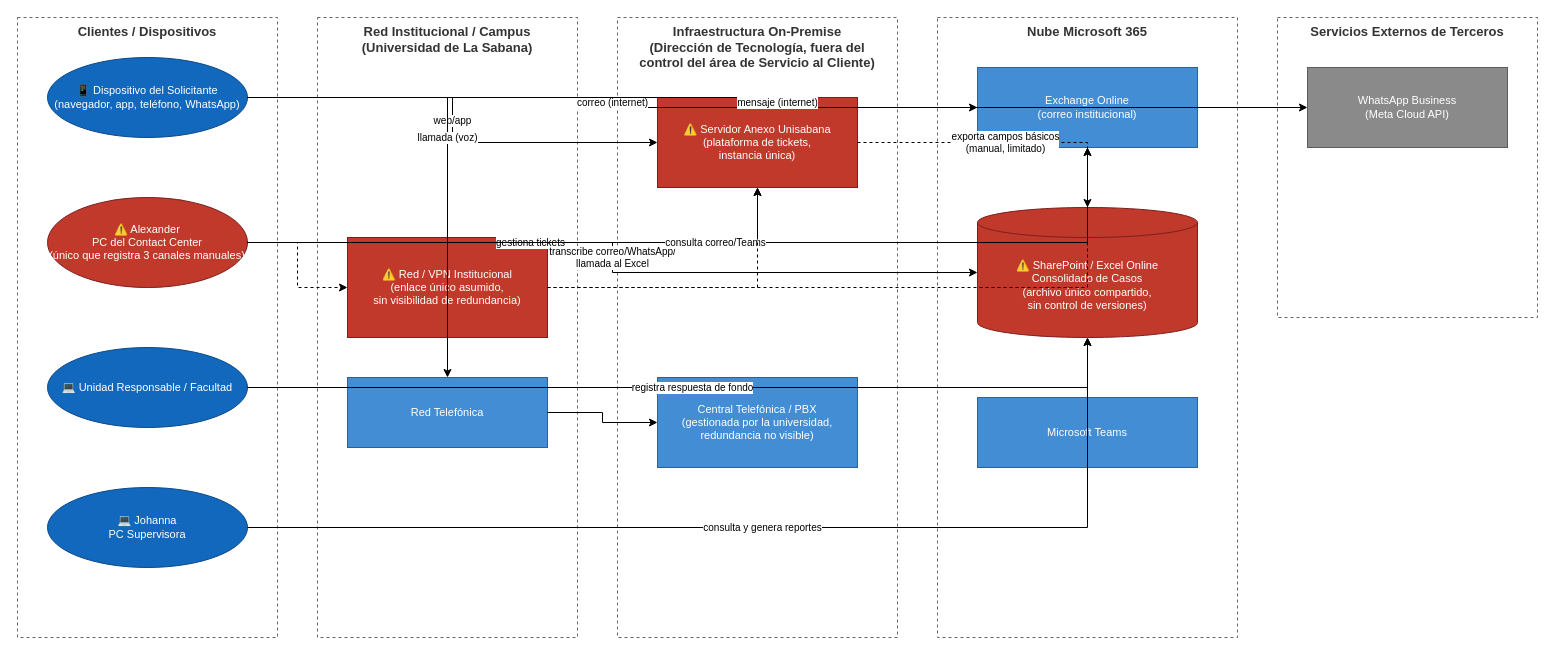
Before: 04-infraestructura/mapa-final.drawio in N1kxo/AREM-Innova2-JohannaMolina, a draw.io diagram. Source tidied: cells renumbered, new cells numbered last; positions are measured from the earlier drawing's top-left corner, leaving out a move shared by most shapes. Both pictures are drawn from the tidied source at 100%, with x=0, y=0 at pixel (17, 17).
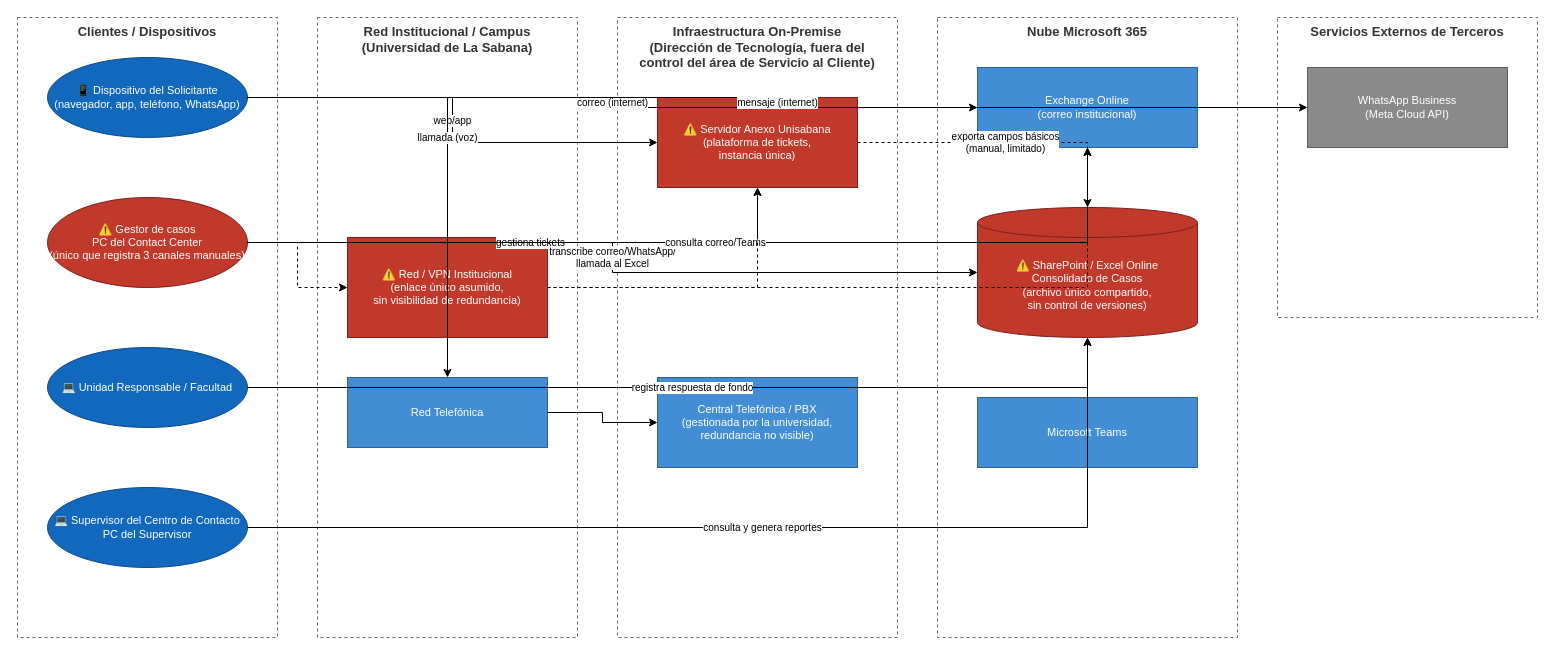
The same diagram, later.

The edit, as a diff of the source:
```diff
@@
-    <mxCell id="4" value="⚠️ Alexander&#10;PC del Contact Center&#10;(único que registra 3 canales manuales)" style="ellipse;whiteSpace=wrap;html=1;fillColor=#c0392b;strokeColor=#7b1f1f;fontColor=#ffffff;fontSize=11;" parent="1" vertex="1">
+    <mxCell id="4" value="⚠️ Gestor de casos&#10;PC del Contact Center&#10;(único que registra 3 canales manuales)" style="ellipse;whiteSpace=wrap;html=1;fillColor=#c0392b;strokeColor=#7b1f1f;fontColor=#ffffff;fontSize=11;" parent="1" vertex="1">
       <mxGeometry x="30" y="180" width="200" height="90" as="geometry" />
     </mxCell>
@@
-    <mxCell id="6" value="💻 Johanna&#10;PC Supervisora" style="ellipse;whiteSpace=wrap;html=1;fillColor=#1168bd;strokeColor=#0b4884;fontColor=#ffffff;fontSize=11;" parent="1" vertex="1">
+    <mxCell id="6" value="💻 Supervisor del Centro de Contacto&#10;PC del Supervisor" style="ellipse;whiteSpace=wrap;html=1;fillColor=#1168bd;strokeColor=#0b4884;fontColor=#ffffff;fontSize=11;" parent="1" vertex="1">
       <mxGeometry x="30" y="470" width="200" height="80" as="geometry" />
     </mxCell>
```
